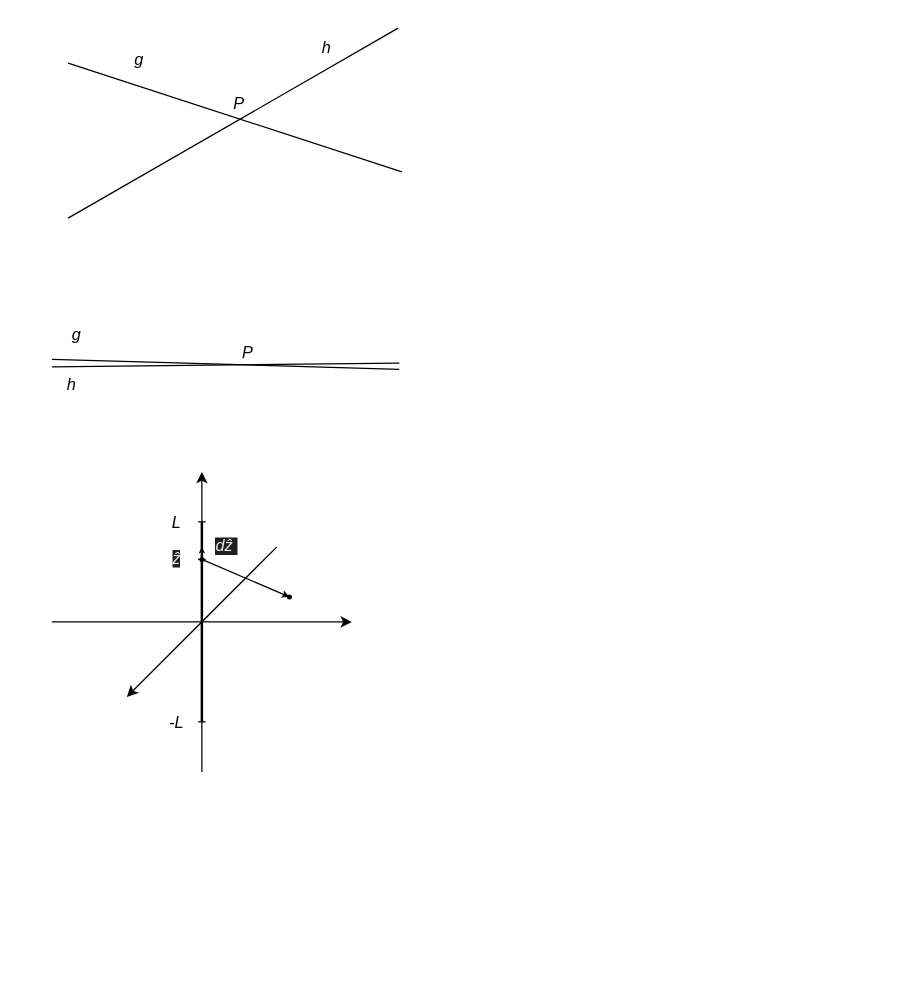
reinlten/TPA_Kolb keeps this draw.io diagram as Masterarbeit.drawio. Above is the earlier version. Source tidied: cells renumbered, new cells numbered last; positions are measured from the earlier drawing's top-left corner, leaving out a move shared by most shapes. Both pictures are drawn from the tidied source at 125%, with x=0, y=0 at pixel (21, 21).
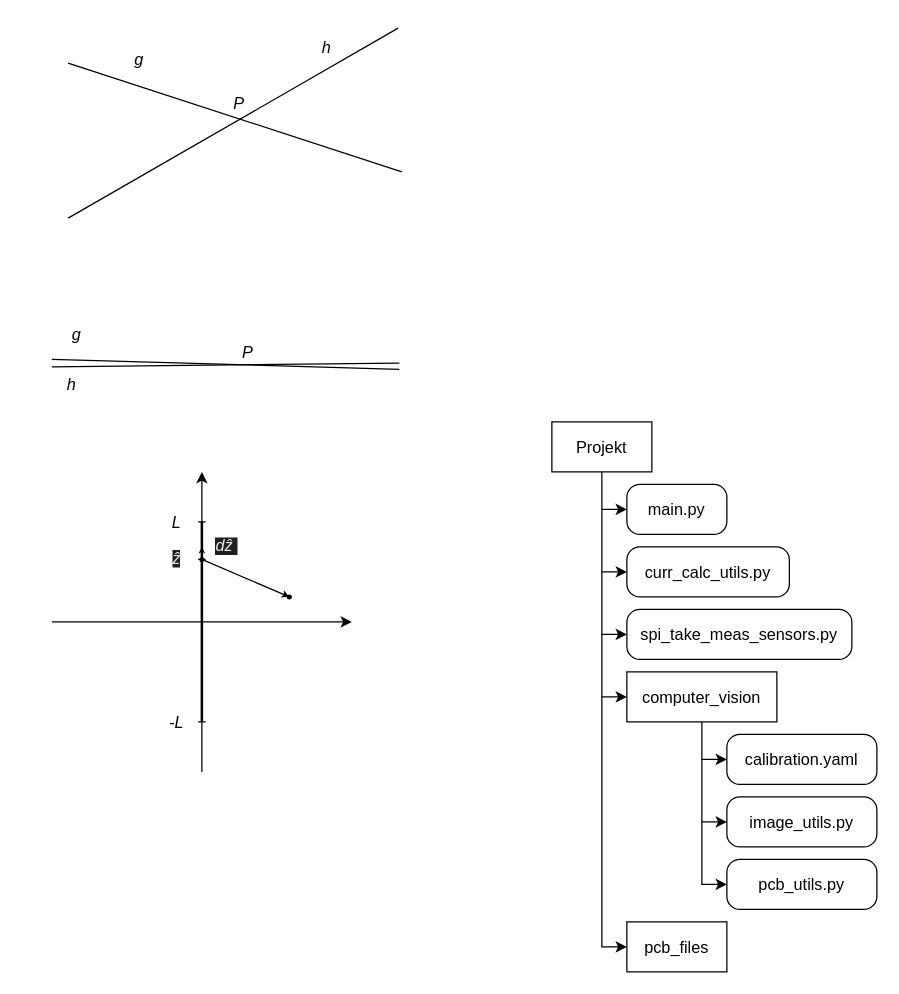
After the change.

What changed in the source:
```diff
@@
+    <mxCell id="26" style="rounded=1;whiteSpace=wrap;html=1;arcSize=26;fillColor=light-dark(#FFFFFF,#FFFFFF);strokeColor=light-dark(#000000,#000000);" parent="1" vertex="1">
+      <mxGeometry x="564" y="570" width="120" height="40" as="geometry" />
+    </mxCell>
+    <mxCell id="27" style="rounded=1;whiteSpace=wrap;html=1;arcSize=26;fillColor=light-dark(#FFFFFF,#FFFFFF);strokeColor=light-dark(#000000,#000000);" parent="1" vertex="1">
+      <mxGeometry x="484" y="370" width="80" height="40" as="geometry" />
+    </mxCell>
@@
-    <mxCell id="16" style="endArrow=classic;html=1;rounded=0;strokeColor=light-dark(#000000,#000000);" parent="1" edge="1">
+    <mxCell id="16" style="endArrow=classic;html=1;rounded=0;strokeColor=light-dark(#000000,#000000);" parent="1" edge="1" target="30">
       <mxGeometry relative="1" as="geometry">
-        <mxPoint x="204" y="420" as="sourcePoint" />
-        <mxPoint x="84" y="540" as="targetPoint" />
+        <mxPoint x="464" y="360" as="sourcePoint" />
+        <Array as="points">
+          <mxPoint x="464" y="390" />
+        </Array>
       </mxGeometry>
     </mxCell>
@@
+    <mxCell id="28" style="rounded=0;whiteSpace=wrap;html=1;fillColor=light-dark(#FFFFFF,#FFFFFF);strokeColor=light-dark(#000000,#000000);" parent="1" vertex="1">
+      <mxGeometry x="424" y="320" width="80" height="40" as="geometry" />
+    </mxCell>
+    <mxCell id="29" value="&lt;font face=&quot;Helvetica&quot; style=&quot;font-size: 13px;&quot;&gt;Projekt&lt;/font&gt;" style="text;html=1;align=center;verticalAlign=middle;whiteSpace=wrap;rounded=0;fontColor=light-dark(#000000,#000000);fontFamily=arial;" parent="1" vertex="1">
+      <mxGeometry x="424" y="320" width="80" height="40" as="geometry" />
+    </mxCell>
+    <mxCell id="30" value="&lt;font face=&quot;Helvetica&quot; style=&quot;font-size: 13px;&quot;&gt;main.py&lt;/font&gt;" style="text;html=1;align=center;verticalAlign=middle;whiteSpace=wrap;rounded=0;fontColor=light-dark(#000000,#000000);fontFamily=arial;" parent="1" vertex="1">
+      <mxGeometry x="484" y="370" width="80" height="40" as="geometry" />
+    </mxCell>
+    <mxCell id="31" style="endArrow=classic;html=1;rounded=0;strokeColor=light-dark(#000000,#000000);entryX=0;entryY=0.5;entryDx=0;entryDy=0;" parent="1" edge="1">
+      <mxGeometry relative="1" as="geometry">
+        <mxPoint x="464" y="390" as="sourcePoint" />
+        <mxPoint x="484" y="440" as="targetPoint" />
+        <Array as="points">
+          <mxPoint x="464" y="440" />
+        </Array>
+      </mxGeometry>
+    </mxCell>
+    <mxCell id="32" style="rounded=0;whiteSpace=wrap;html=1;fillColor=light-dark(#FFFFFF,#FFFFFF);strokeColor=light-dark(#000000,#000000);" parent="1" vertex="1">
+      <mxGeometry x="484" y="520" width="120" height="40" as="geometry" />
+    </mxCell>
+    <mxCell id="33" value="&lt;font face=&quot;Helvetica&quot; style=&quot;font-size: 13px;&quot;&gt;computer_vision&lt;/font&gt;" style="text;html=1;align=center;verticalAlign=middle;whiteSpace=wrap;rounded=0;fontColor=light-dark(#000000,#000000);fontFamily=arial;" parent="1" vertex="1">
+      <mxGeometry x="484" y="520" width="120" height="40" as="geometry" />
+    </mxCell>
+    <mxCell id="34" style="endArrow=classic;html=1;rounded=0;strokeColor=light-dark(#000000,#000000);" parent="1" edge="1">
+      <mxGeometry relative="1" as="geometry">
+        <mxPoint x="544" y="560" as="sourcePoint" />
+        <mxPoint x="564" y="590" as="targetPoint" />
+        <Array as="points">
+          <mxPoint x="544" y="590" />
+        </Array>
+      </mxGeometry>
+    </mxCell>
+    <mxCell id="35" value="&lt;font face=&quot;Helvetica&quot; style=&quot;font-size: 13px;&quot;&gt;calibration.yaml&lt;/font&gt;" style="text;html=1;align=center;verticalAlign=middle;whiteSpace=wrap;rounded=0;fontColor=light-dark(#000000,#000000);fontFamily=arial;" parent="1" vertex="1">
+      <mxGeometry x="564" y="570" width="120" height="40" as="geometry" />
+    </mxCell>
+    <mxCell id="36" style="endArrow=classic;html=1;rounded=0;strokeColor=light-dark(#000000,#000000);" parent="1" edge="1">
+      <mxGeometry relative="1" as="geometry">
+        <mxPoint x="544" y="590" as="sourcePoint" />
+        <mxPoint x="564" y="640" as="targetPoint" />
+        <Array as="points">
+          <mxPoint x="544" y="640" />
+        </Array>
+      </mxGeometry>
+    </mxCell>
+    <mxCell id="37" style="rounded=1;whiteSpace=wrap;html=1;arcSize=26;fillColor=light-dark(#FFFFFF,#FFFFFF);strokeColor=light-dark(#000000,#000000);" parent="1" vertex="1">
+      <mxGeometry x="564" y="620" width="120" height="40" as="geometry" />
+    </mxCell>
+    <mxCell id="38" value="&lt;font face=&quot;Helvetica&quot; style=&quot;font-size: 13px;&quot;&gt;image_utils.py&lt;/font&gt;" style="text;html=1;align=center;verticalAlign=middle;whiteSpace=wrap;rounded=0;fontColor=light-dark(#000000,#000000);fontFamily=arial;" parent="1" vertex="1">
+      <mxGeometry x="564" y="620" width="120" height="40" as="geometry" />
+    </mxCell>
+    <mxCell id="39" style="rounded=1;whiteSpace=wrap;html=1;arcSize=26;fillColor=light-dark(#FFFFFF,#FFFFFF);strokeColor=light-dark(#000000,#000000);" parent="1" vertex="1">
+      <mxGeometry x="564" y="670" width="120" height="40" as="geometry" />
+    </mxCell>
+    <mxCell id="40" value="&lt;font face=&quot;Helvetica&quot; style=&quot;font-size: 13px;&quot;&gt;pcb_utils.py&lt;/font&gt;" style="text;html=1;align=center;verticalAlign=middle;whiteSpace=wrap;rounded=0;fontColor=light-dark(#000000,#000000);fontFamily=arial;" parent="1" vertex="1">
+      <mxGeometry x="564" y="670" width="120" height="40" as="geometry" />
+    </mxCell>
+    <mxCell id="41" style="endArrow=classic;html=1;rounded=0;strokeColor=light-dark(#000000,#000000);" parent="1" edge="1">
+      <mxGeometry relative="1" as="geometry">
+        <mxPoint x="544" y="640" as="sourcePoint" />
+        <mxPoint x="564" y="690" as="targetPoint" />
+        <Array as="points">
+          <mxPoint x="544" y="690" />
+        </Array>
+      </mxGeometry>
+    </mxCell>
+    <mxCell id="42" style="rounded=1;whiteSpace=wrap;html=1;arcSize=26;fillColor=light-dark(#FFFFFF,#FFFFFF);strokeColor=light-dark(#000000,#000000);" parent="1" vertex="1">
+      <mxGeometry x="484" y="420" width="130" height="40" as="geometry" />
+    </mxCell>
+    <mxCell id="43" value="&lt;font face=&quot;Helvetica&quot; style=&quot;font-size: 13px;&quot;&gt;curr_calc_utils.py&lt;/font&gt;" style="text;html=1;align=center;verticalAlign=middle;whiteSpace=wrap;rounded=0;fontColor=light-dark(#000000,#000000);fontFamily=arial;" parent="1" vertex="1">
+      <mxGeometry x="484" y="420" width="130" height="40" as="geometry" />
+    </mxCell>
+    <mxCell id="44" style="endArrow=classic;html=1;rounded=0;strokeColor=light-dark(#000000,#000000);entryX=0;entryY=0.5;entryDx=0;entryDy=0;" parent="1" edge="1">
+      <mxGeometry relative="1" as="geometry">
+        <mxPoint x="464" y="440" as="sourcePoint" />
+        <mxPoint x="484" y="490" as="targetPoint" />
+        <Array as="points">
+          <mxPoint x="464" y="490" />
+        </Array>
+      </mxGeometry>
+    </mxCell>
+    <mxCell id="45" style="rounded=1;whiteSpace=wrap;html=1;arcSize=26;fillColor=light-dark(#FFFFFF,#FFFFFF);strokeColor=light-dark(#000000,#000000);" parent="1" vertex="1">
+      <mxGeometry x="484" y="470" width="180" height="40" as="geometry" />
+    </mxCell>
+    <mxCell id="46" value="&lt;font face=&quot;Helvetica&quot; style=&quot;font-size: 13px;&quot;&gt;spi_take_meas_sensors.py&lt;/font&gt;" style="text;html=1;align=center;verticalAlign=middle;whiteSpace=wrap;rounded=0;fontColor=light-dark(#000000,#000000);fontFamily=arial;" parent="1" vertex="1">
+      <mxGeometry x="484" y="470" width="180" height="40" as="geometry" />
+    </mxCell>
+    <mxCell id="47" style="endArrow=classic;html=1;rounded=0;strokeColor=light-dark(#000000,#000000);entryX=0;entryY=0.5;entryDx=0;entryDy=0;" parent="1" edge="1">
+      <mxGeometry relative="1" as="geometry">
+        <mxPoint x="464" y="490" as="sourcePoint" />
+        <mxPoint x="484" y="540" as="targetPoint" />
+        <Array as="points">
+          <mxPoint x="464" y="540" />
+        </Array>
+      </mxGeometry>
+    </mxCell>
+    <mxCell id="48" style="rounded=0;whiteSpace=wrap;html=1;fillColor=light-dark(#FFFFFF,#FFFFFF);strokeColor=light-dark(#000000,#000000);" parent="1" vertex="1">
+      <mxGeometry x="484" y="720" width="80" height="40" as="geometry" />
+    </mxCell>
+    <mxCell id="49" value="&lt;font face=&quot;Helvetica&quot; style=&quot;font-size: 13px;&quot;&gt;pcb_files&lt;/font&gt;" style="text;html=1;align=center;verticalAlign=middle;whiteSpace=wrap;rounded=0;fontColor=light-dark(#000000,#000000);fontFamily=arial;" parent="1" vertex="1">
+      <mxGeometry x="484" y="720" width="80" height="40" as="geometry" />
+    </mxCell>
+    <mxCell id="50" style="endArrow=classic;html=1;rounded=0;strokeColor=light-dark(#000000,#000000);entryX=0;entryY=0.5;entryDx=0;entryDy=0;" parent="1" edge="1">
+      <mxGeometry relative="1" as="geometry">
+        <mxPoint x="464" y="540" as="sourcePoint" />
+        <mxPoint x="484" y="740" as="targetPoint" />
+        <Array as="points">
+          <mxPoint x="464" y="740" />
+        </Array>
+      </mxGeometry>
+    </mxCell>
```
